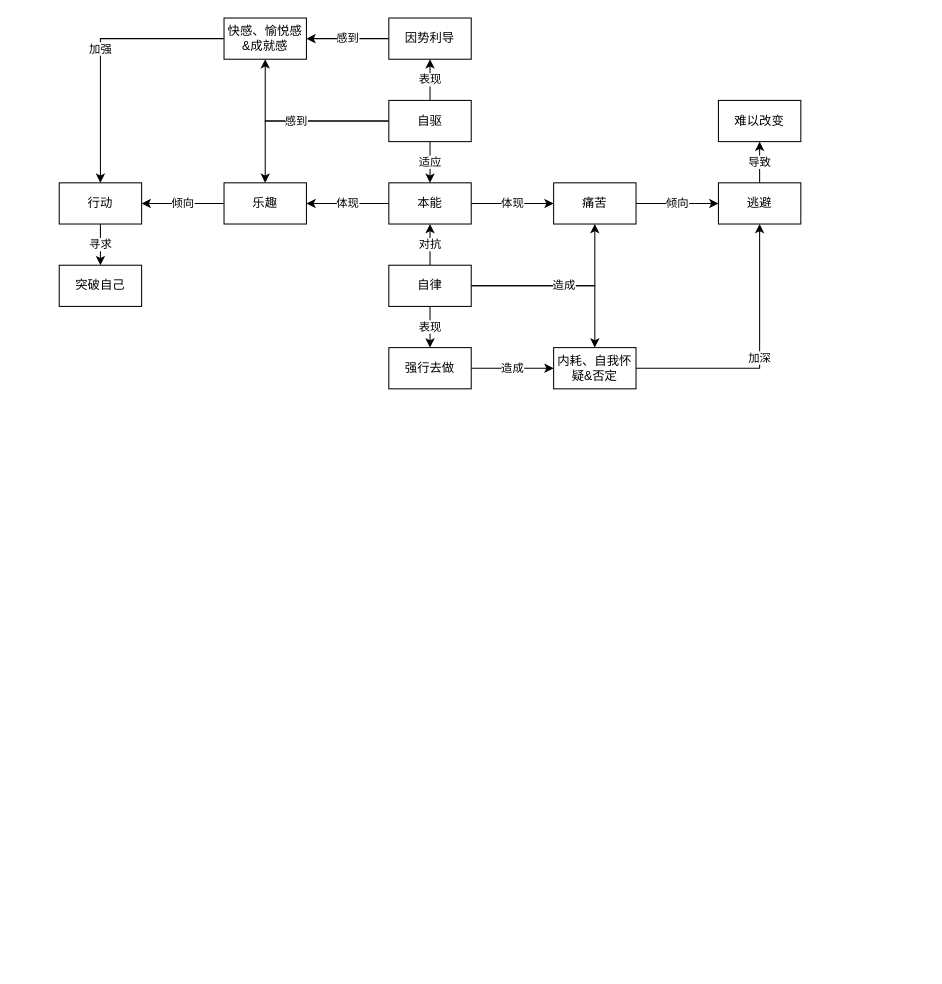
Earlier version of the draw.io diagram 自我驱动.drawio (youyusan/open_mind). Source tidied: cells renumbered, new cells numbered last; positions are measured from the earlier drawing's top-left corner, leaving out a move shared by most shapes. Both pictures are drawn from the tidied source at 103%, with x=0, y=0 at pixel (59, 18).
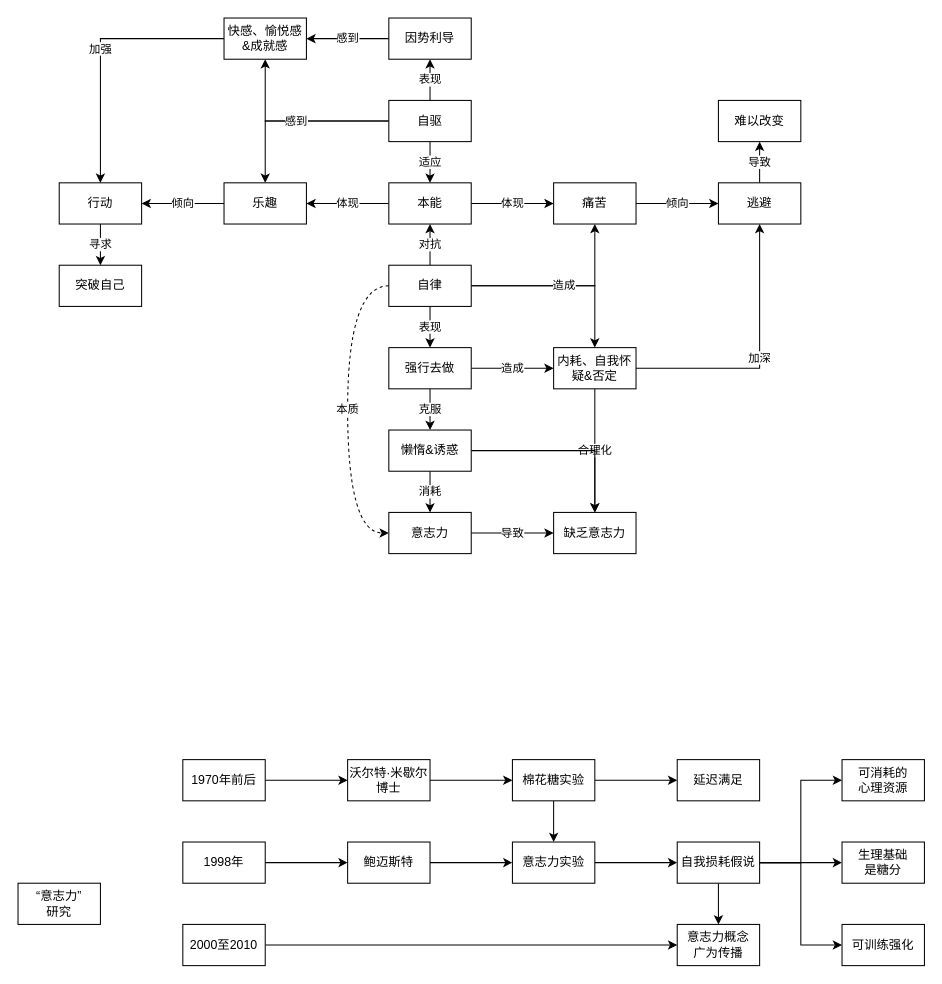
The same page after the edit.

Commit message:
更新自我驱动.drawio

Unchanged cells that the change refers to:
```xml
<mxCell id="17" value="自律" style="rounded=0;whiteSpace=wrap;html=1;" parent="1" vertex="1">
  <mxGeometry x="320" y="240" width="80" height="40" as="geometry" />
</mxCell>
<mxCell id="19" value="强行去做" style="rounded=0;whiteSpace=wrap;html=1;" parent="1" vertex="1">
  <mxGeometry x="320" y="320" width="80" height="40" as="geometry" />
</mxCell>
<mxCell id="21" value="内耗、自我怀疑&amp;amp;否定" style="rounded=0;whiteSpace=wrap;html=1;" parent="1" vertex="1">
  <mxGeometry x="480" y="320" width="80" height="40" as="geometry" />
</mxCell>
```

Diff of the diagram source:
```diff
@@
+    <mxCell id="33" value="本质" style="edgeStyle=orthogonalEdgeStyle;rounded=0;jettySize=auto;html=1;entryX=0;entryY=0.5;entryDx=0;entryDy=0;curved=1;dashed=1;exitX=0;exitY=0.5;exitDx=0;exitDy=0;" parent="1" edge="1" source="17" target="37">
+      <mxGeometry relative="1" as="geometry">
+        <Array as="points">
+          <mxPoint x="280" y="260" />
+          <mxPoint x="280" y="500" />
+        </Array>
+      </mxGeometry>
+    </mxCell>
@@
+    <mxCell id="34" value="克服" style="edgeStyle=orthogonalEdgeStyle;rounded=0;jettySize=auto;html=1;" parent="1" edge="1" source="19" target="40">
+      <mxGeometry relative="1" as="geometry" />
+    </mxCell>
@@
+    <mxCell id="35" value="合理化" style="edgeStyle=orthogonalEdgeStyle;rounded=0;jettySize=auto;html=1;" parent="1" edge="1" source="21" target="41">
+      <mxGeometry relative="1" as="geometry" />
+    </mxCell>
@@
+    <mxCell id="36" value="导致" style="edgeStyle=orthogonalEdgeStyle;rounded=0;jettySize=auto;html=1;" parent="1" edge="1" source="37" target="41">
+      <mxGeometry relative="1" as="geometry" />
+    </mxCell>
+    <mxCell id="37" value="意志力" style="rounded=0;whiteSpace=wrap;html=1;" parent="1" vertex="1">
+      <mxGeometry x="320" y="480" width="80" height="40" as="geometry" />
+    </mxCell>
+    <mxCell id="38" value="消耗" style="edgeStyle=orthogonalEdgeStyle;rounded=0;jettySize=auto;html=1;entryX=0.5;entryY=0;entryDx=0;entryDy=0;" parent="1" edge="1" source="40" target="37">
+      <mxGeometry relative="1" as="geometry" />
+    </mxCell>
+    <mxCell id="39" style="edgeStyle=orthogonalEdgeStyle;rounded=0;jettySize=auto;html=1;entryX=0.5;entryY=0;entryDx=0;entryDy=0;" parent="1" edge="1" source="40" target="41">
+      <mxGeometry relative="1" as="geometry" />
+    </mxCell>
+    <mxCell id="40" value="懒惰&amp;amp;诱惑" style="rounded=0;whiteSpace=wrap;html=1;" parent="1" vertex="1">
+      <mxGeometry x="320" y="400" width="80" height="40" as="geometry" />
+    </mxCell>
+    <mxCell id="41" value="缺乏意志力" style="rounded=0;whiteSpace=wrap;html=1;" parent="1" vertex="1">
+      <mxGeometry x="480" y="480" width="80" height="40" as="geometry" />
+    </mxCell>
+    <mxCell id="42" value="“意志力”&lt;br&gt;研究" style="rounded=0;whiteSpace=wrap;html=1;" parent="1" vertex="1">
+      <mxGeometry x="-40" y="840" width="80" height="40" as="geometry" />
+    </mxCell>
+    <mxCell id="43" style="edgeStyle=orthogonalEdgeStyle;rounded=0;jettySize=auto;html=1;" parent="1" edge="1" source="44" target="50">
+      <mxGeometry relative="1" as="geometry" />
+    </mxCell>
+    <mxCell id="44" value="1970年前后" style="rounded=0;whiteSpace=wrap;html=1;" parent="1" vertex="1">
+      <mxGeometry x="120" y="720" width="80" height="40" as="geometry" />
+    </mxCell>
+    <mxCell id="45" style="edgeStyle=orthogonalEdgeStyle;rounded=0;jettySize=auto;html=1;" parent="1" edge="1" source="46" target="56">
+      <mxGeometry relative="1" as="geometry" />
+    </mxCell>
+    <mxCell id="46" value="1998年" style="rounded=0;whiteSpace=wrap;html=1;" parent="1" vertex="1">
+      <mxGeometry x="120" y="800" width="80" height="40" as="geometry" />
+    </mxCell>
+    <mxCell id="47" style="edgeStyle=orthogonalEdgeStyle;rounded=0;jettySize=auto;html=1;entryX=0;entryY=0.5;entryDx=0;entryDy=0;" parent="1" edge="1" source="48" target="64">
+      <mxGeometry relative="1" as="geometry" />
+    </mxCell>
+    <mxCell id="48" value="2000至2010" style="rounded=0;whiteSpace=wrap;html=1;" parent="1" vertex="1">
+      <mxGeometry x="120" y="880" width="80" height="40" as="geometry" />
+    </mxCell>
+    <mxCell id="49" style="edgeStyle=orthogonalEdgeStyle;rounded=0;jettySize=auto;html=1;" parent="1" edge="1" source="50" target="53">
+      <mxGeometry relative="1" as="geometry" />
+    </mxCell>
+    <mxCell id="50" value="沃尔特·米歇尔博士" style="rounded=0;whiteSpace=wrap;html=1;" parent="1" vertex="1">
+      <mxGeometry x="280" y="720" width="80" height="40" as="geometry" />
+    </mxCell>
+    <mxCell id="51" style="edgeStyle=orthogonalEdgeStyle;rounded=0;jettySize=auto;html=1;" parent="1" edge="1" source="53" target="54">
+      <mxGeometry relative="1" as="geometry" />
+    </mxCell>
+    <mxCell id="52" style="edgeStyle=orthogonalEdgeStyle;rounded=0;jettySize=auto;html=1;" parent="1" edge="1" source="53" target="63">
+      <mxGeometry relative="1" as="geometry" />
+    </mxCell>
+    <mxCell id="53" value="棉花糖实验" style="rounded=0;whiteSpace=wrap;html=1;" parent="1" vertex="1">
+      <mxGeometry x="440" y="720" width="80" height="40" as="geometry" />
+    </mxCell>
+    <mxCell id="54" value="延迟满足" style="rounded=0;whiteSpace=wrap;html=1;" parent="1" vertex="1">
+      <mxGeometry x="600" y="720" width="80" height="40" as="geometry" />
+    </mxCell>
+    <mxCell id="55" style="edgeStyle=orthogonalEdgeStyle;rounded=0;jettySize=auto;html=1;entryX=0;entryY=0.5;entryDx=0;entryDy=0;" parent="1" edge="1" source="56" target="63">
+      <mxGeometry relative="1" as="geometry" />
+    </mxCell>
+    <mxCell id="56" value="鲍迈斯特" style="rounded=0;whiteSpace=wrap;html=1;" parent="1" vertex="1">
+      <mxGeometry x="280" y="800" width="80" height="40" as="geometry" />
+    </mxCell>
+    <mxCell id="57" style="edgeStyle=orthogonalEdgeStyle;rounded=0;jettySize=auto;html=1;" parent="1" edge="1" source="61" target="64">
+      <mxGeometry relative="1" as="geometry" />
+    </mxCell>
+    <mxCell id="58" style="edgeStyle=orthogonalEdgeStyle;rounded=0;jettySize=auto;html=1;entryX=0;entryY=0.5;entryDx=0;entryDy=0;" parent="1" edge="1" source="61" target="65">
+      <mxGeometry relative="1" as="geometry" />
+    </mxCell>
+    <mxCell id="59" style="edgeStyle=orthogonalEdgeStyle;rounded=0;jettySize=auto;html=1;" parent="1" edge="1" source="61" target="66">
+      <mxGeometry relative="1" as="geometry" />
+    </mxCell>
+    <mxCell id="60" style="edgeStyle=orthogonalEdgeStyle;rounded=0;jettySize=auto;html=1;entryX=0;entryY=0.5;entryDx=0;entryDy=0;" parent="1" edge="1" source="61" target="67">
+      <mxGeometry relative="1" as="geometry" />
+    </mxCell>
+    <mxCell id="61" value="自我损耗假说" style="rounded=0;whiteSpace=wrap;html=1;" parent="1" vertex="1">
+      <mxGeometry x="600" y="800" width="80" height="40" as="geometry" />
+    </mxCell>
+    <mxCell id="62" style="edgeStyle=orthogonalEdgeStyle;rounded=0;jettySize=auto;html=1;entryX=0;entryY=0.5;entryDx=0;entryDy=0;" parent="1" edge="1" source="63" target="61">
+      <mxGeometry relative="1" as="geometry" />
+    </mxCell>
+    <mxCell id="63" value="意志力实验" style="rounded=0;whiteSpace=wrap;html=1;" parent="1" vertex="1">
+      <mxGeometry x="440" y="800" width="80" height="40" as="geometry" />
+    </mxCell>
+    <mxCell id="64" value="意志力概念&lt;br&gt;广为传播" style="rounded=0;whiteSpace=wrap;html=1;" parent="1" vertex="1">
+      <mxGeometry x="600" y="880" width="80" height="40" as="geometry" />
+    </mxCell>
+    <mxCell id="65" value="可消耗的&lt;br&gt;心理资源" style="rounded=0;whiteSpace=wrap;html=1;" parent="1" vertex="1">
+      <mxGeometry x="760" y="720" width="80" height="40" as="geometry" />
+    </mxCell>
+    <mxCell id="66" value="生理基础&lt;br&gt;是糖分" style="rounded=0;whiteSpace=wrap;html=1;" parent="1" vertex="1">
+      <mxGeometry x="760" y="800" width="80" height="40" as="geometry" />
+    </mxCell>
+    <mxCell id="67" value="可训练强化" style="rounded=0;whiteSpace=wrap;html=1;" parent="1" vertex="1">
+      <mxGeometry x="760" y="880" width="80" height="40" as="geometry" />
+    </mxCell>
```
